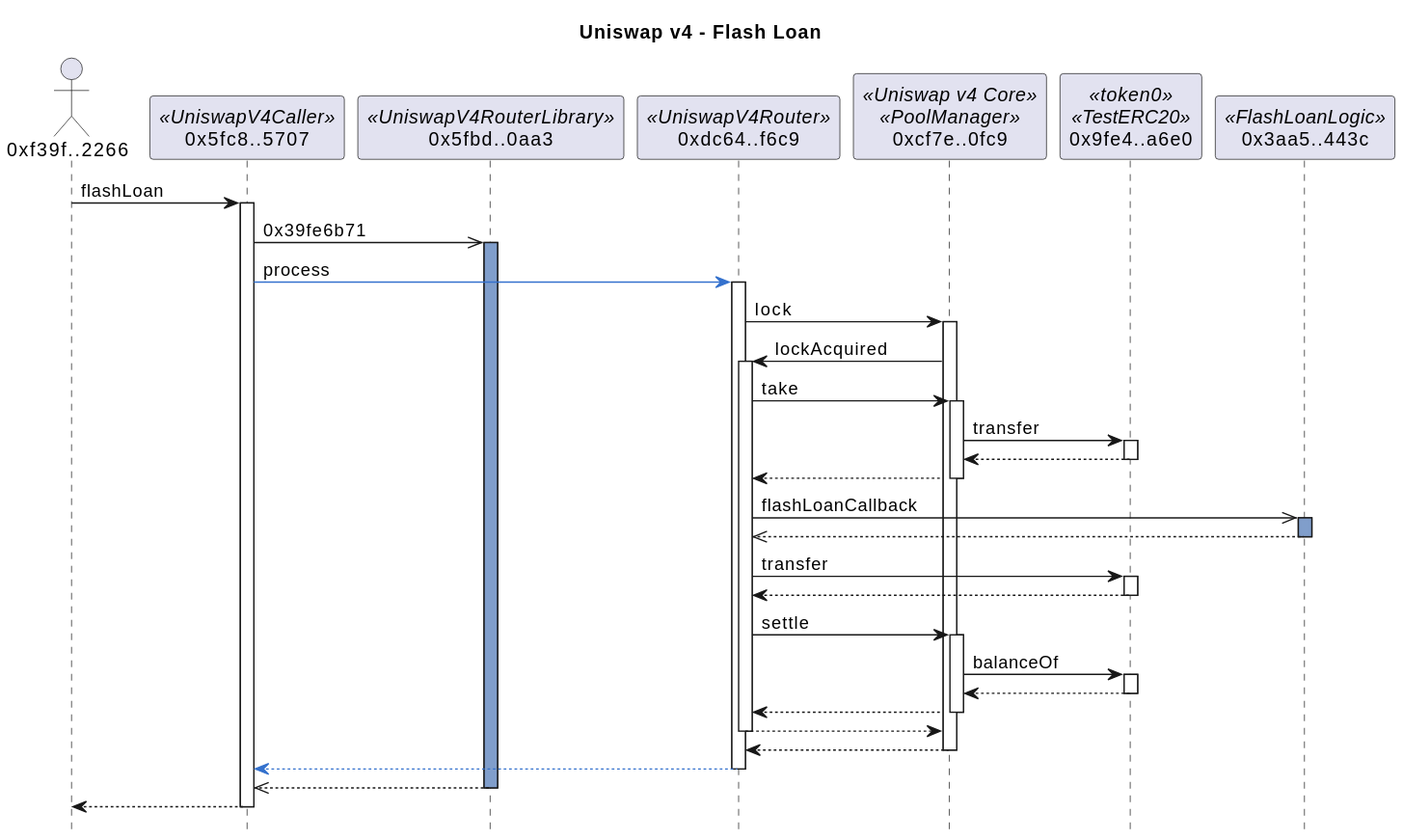
Above: docs/flashLoanSummary.svg in naddison36/uniswap-v4-hooks (PlantUML), before the change.
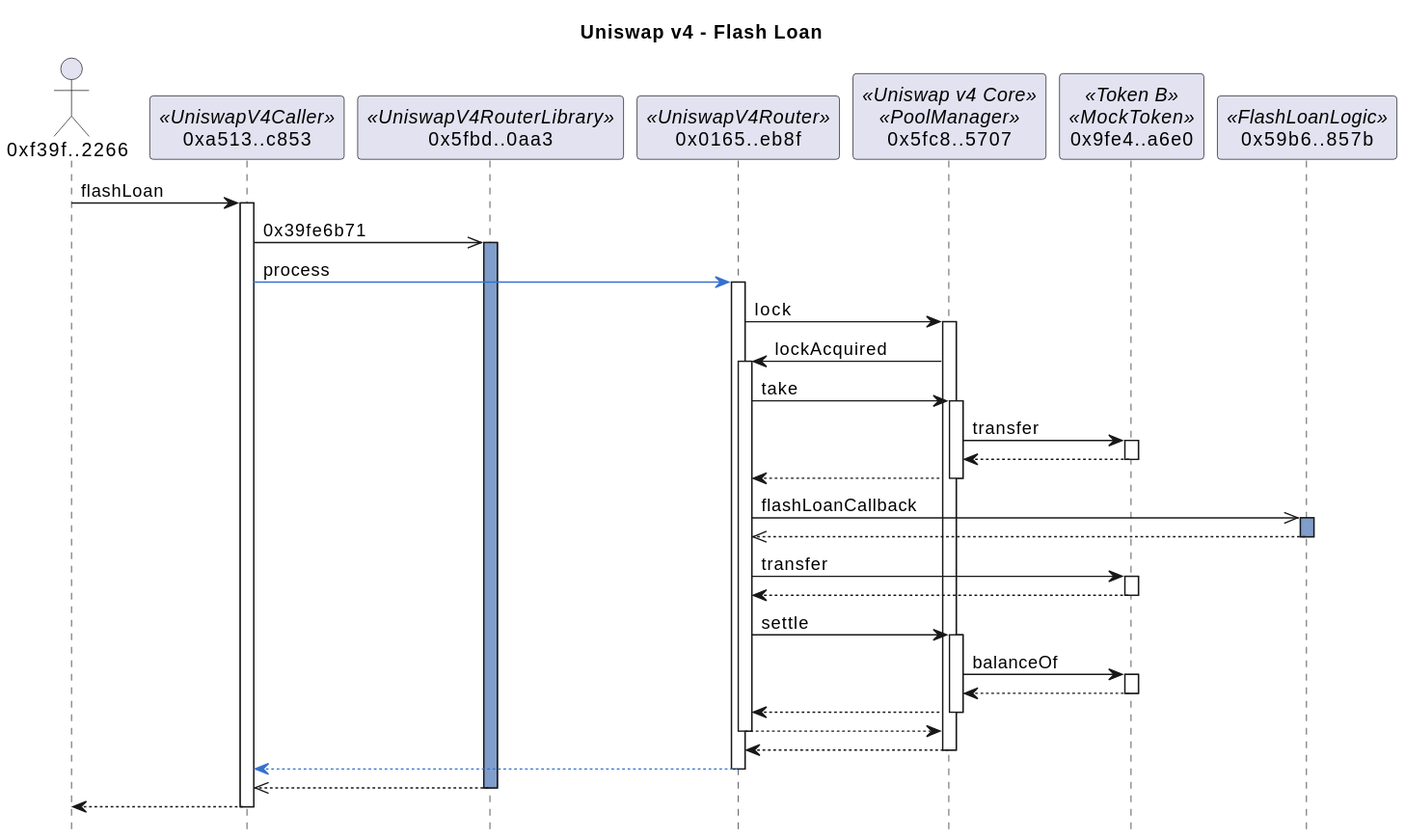
The same diagram one commit later.

What changed in the source:
```diff
@@ -3,38 +3,38 @@
 hide footbox
 
 actor "0xf39f..2266" as f39f2266
-participant "0x5fc8..5707" as 5fc85707 <<UniswapV4Caller>>
+participant "0xa513..c853" as a513c853 <<UniswapV4Caller>>
 participant "0x5fbd..0aa3" as 5fbd0aa3 <<UniswapV4RouterLibrary>>
-participant "0xdc64..f6c9" as dc64f6c9 <<UniswapV4Router>>
-participant "0xcf7e..0fc9" as cf7e0fc9 <<Uniswap v4 Core>><<PoolManager>>
-participant "0x9fe4..a6e0" as 9fe4a6e0 <<token0>><<TestERC20>>
-participant "0x3aa5..443c" as 3aa5443c <<FlashLoanLogic>>
+participant "0x0165..eb8f" as 0165eb8f <<UniswapV4Router>>
+participant "0x5fc8..5707" as 5fc85707 <<Uniswap v4 Core>><<PoolManager>>
+participant "0x9fe4..a6e0" as 9fe4a6e0 <<Token B>><<MockToken>>
+participant "0x59b6..857b" as 59b6857b <<FlashLoanLogic>>
 
-f39f2266 -> 5fc85707: flashLoan
+f39f2266 -> a513c853: flashLoan
+activate a513c853
+a513c853 ->> 5fbd0aa3: 0x39fe6b71
+activate 5fbd0aa3 #809ECB
+a513c853 -[#3471CD]> 0165eb8f: process
+activate 0165eb8f
+0165eb8f -> 5fc85707: lock
 activate 5fc85707
-5fc85707 ->> 5fbd0aa3: 0x39fe6b71
-activate 5fbd0aa3 #809ECB
-5fc85707 -[#3471CD]> dc64f6c9: process
-activate dc64f6c9
-dc64f6c9 -> cf7e0fc9: lock
-activate cf7e0fc9
-cf7e0fc9 -> dc64f6c9: lockAcquired
-activate dc64f6c9
-dc64f6c9 -> cf7e0fc9: take
-activate cf7e0fc9
-cf7e0fc9 -> 9fe4a6e0: transfer
+5fc85707 -> 0165eb8f: lockAcquired
+activate 0165eb8f
+0165eb8f -> 5fc85707: take
+activate 5fc85707
+5fc85707 -> 9fe4a6e0: transfer
 activate 9fe4a6e0
 return
 return
-dc64f6c9 ->> 3aa5443c: flashLoanCallback
-activate 3aa5443c #809ECB
+0165eb8f ->> 59b6857b: flashLoanCallback
+activate 59b6857b #809ECB
 return
-dc64f6c9 -> 9fe4a6e0: transfer
+0165eb8f -> 9fe4a6e0: transfer
 activate 9fe4a6e0
 return
-dc64f6c9 -> cf7e0fc9: settle
-activate cf7e0fc9
-cf7e0fc9 -> 9fe4a6e0: balanceOf
+0165eb8f -> 5fc85707: settle
+activate 5fc85707
+5fc85707 -> 9fe4a6e0: balanceOf
 activate 9fe4a6e0
 return
 return
```
